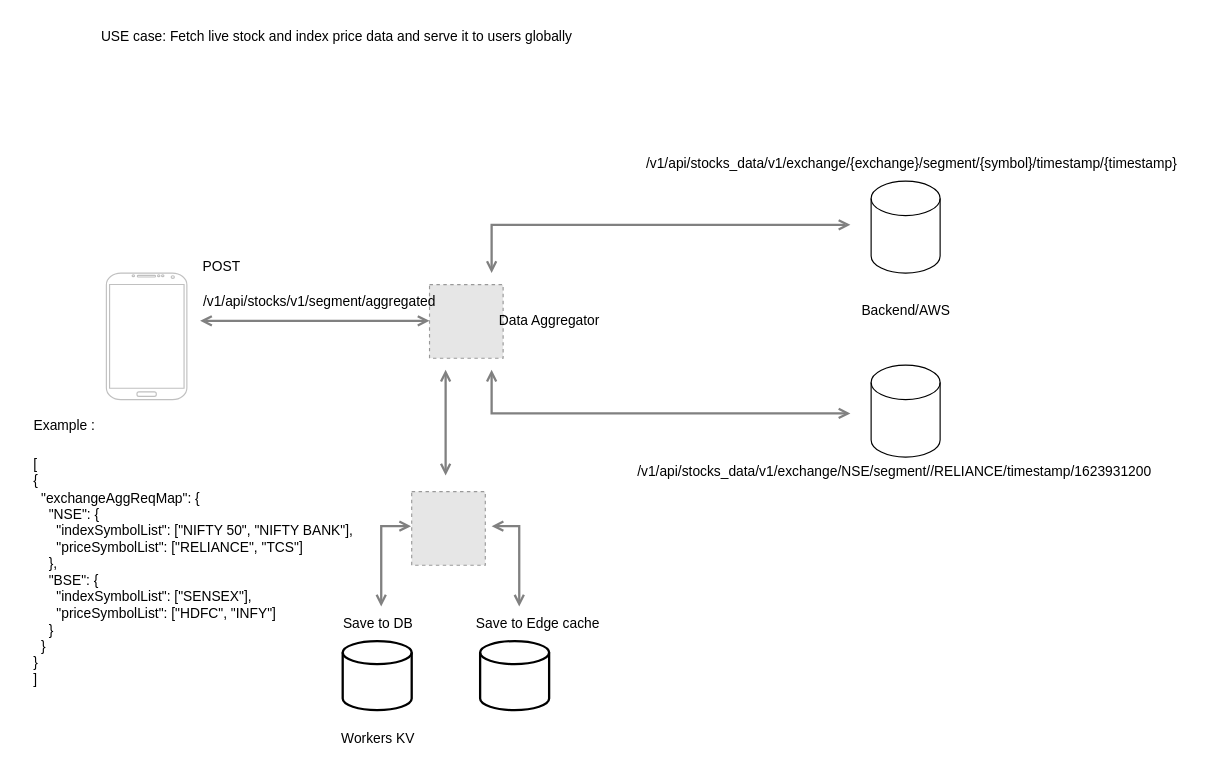
Above: Stock graph data aggregation.drawio in iamask/flowchart (draw.io), before the change. Source tidied: cells renumbered, new cells numbered last; positions are measured from the earlier drawing's top-left corner, leaving out a move shared by most shapes. Both pictures are drawn from the tidied source at 115%, with x=0, y=0 at pixel (20, 20). Pictures stored in the file or linked from it are replaced by grey dashed boxes.
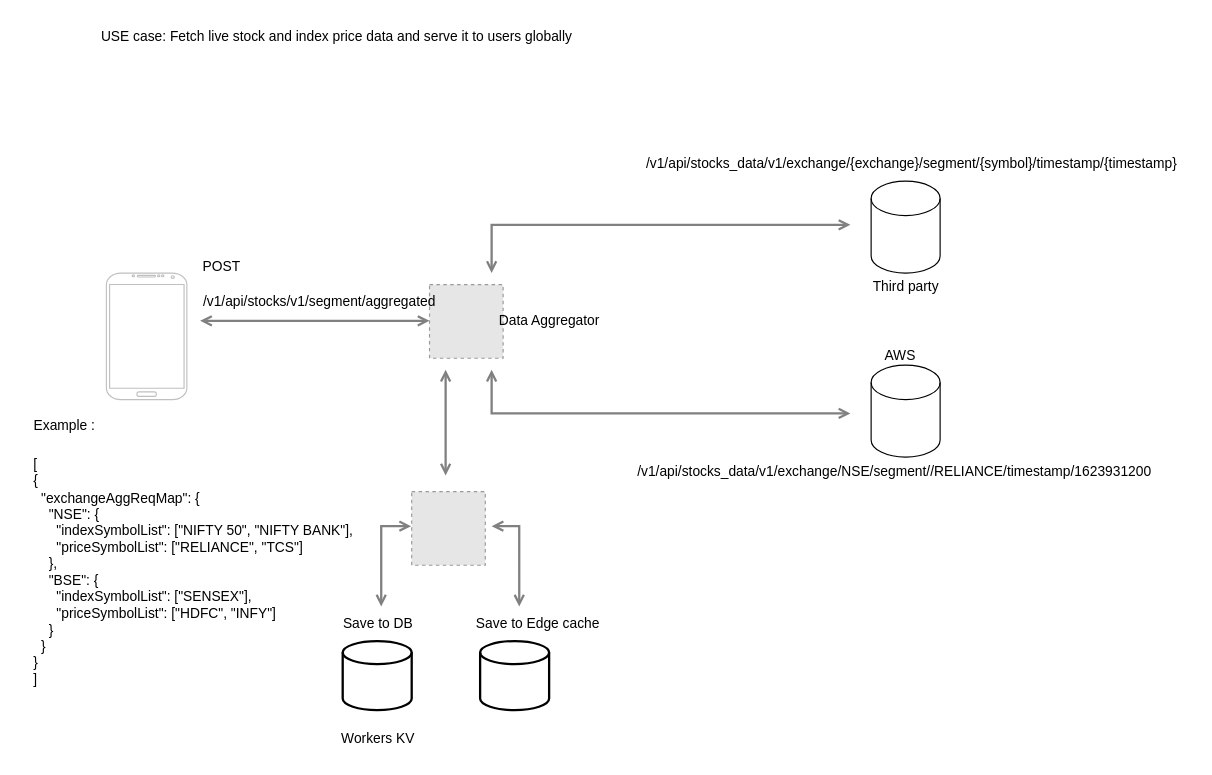
Above is the later version.

Change to the diagram source:
```diff
@@
-    <mxCell id="17" value="Backend/AWS" style="text;html=1;align=center;verticalAlign=middle;strokeColor=none;fillColor=none;" parent="1" vertex="1">
-      <mxGeometry x="720" y="238" width="100" height="30" as="geometry" />
+    <mxCell id="17" value="AWS" style="text;html=1;align=center;verticalAlign=middle;strokeColor=none;fillColor=none;" parent="1" vertex="1">
+      <mxGeometry x="740" y="277" width="50" height="30" as="geometry" />
     </mxCell>
@@
+    <mxCell id="27" value="Third party" style="text;html=1;align=center;verticalAlign=middle;strokeColor=none;fillColor=none;" parent="1" vertex="1">
+      <mxGeometry x="730" y="217" width="80" height="30" as="geometry" />
+    </mxCell>
```
